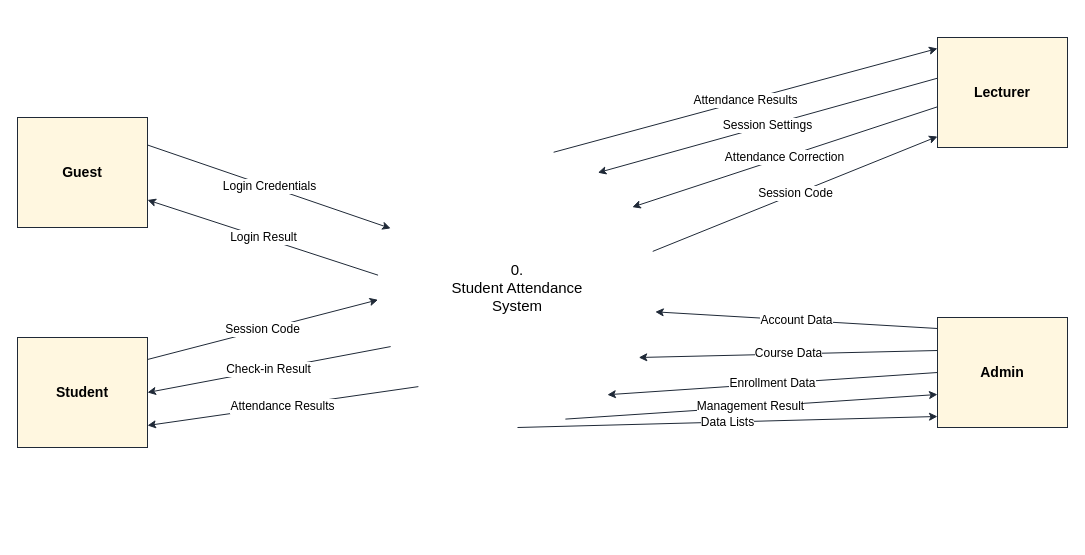
The draw.io diagram DFD.drawio in QnTIie2409/CNPM-GROUP03, before the edit. Source tidied: cells renumbered, new cells numbered last; positions are measured from the earlier drawing's top-left corner, leaving out a move shared by most shapes. Both pictures are drawn from the tidied source at 100%, with x=0, y=0 at pixel (17, 37).
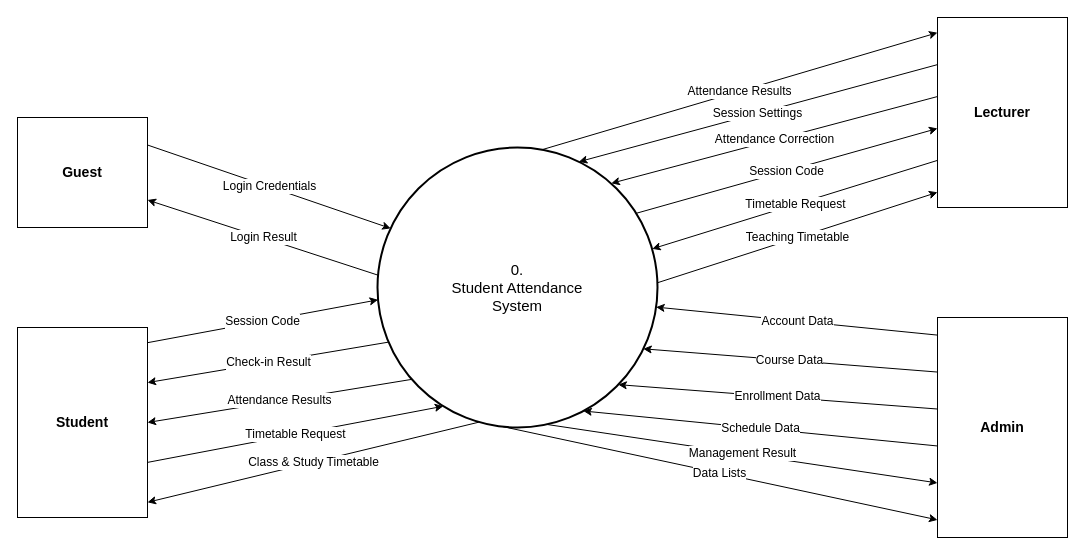
After the change.

The edit, as a diff of the source:
```diff
@@
-    <mxCell id="2" value="0.&lt;br&gt;Student Attendance&lt;br&gt;System" style="ellipse;whiteSpace=wrap;html=1;fillColor=light-dark(#FFFFFF,#1A1A1A);strokeColor=light-dark(#FFFFFF,#FFFFFF);strokeWidth=2;fontSize=15;" parent="1" vertex="1">
+    <mxCell id="2" value="0.&lt;br&gt;Student Attendance&lt;br&gt;System" style="ellipse;whiteSpace=wrap;html=1;strokeWidth=2;fontSize=15;strokeColor=light-dark(#000000,#FFFFFF);" parent="1" vertex="1">
       <mxGeometry x="360" y="110" width="280" height="280" as="geometry" />
     </mxCell>
-    <mxCell id="3" value="Guest" style="rounded=0;whiteSpace=wrap;html=1;fillColor=light-dark(#FFF7E0,#1A1A1A);strokeColor=#1f2937;fontSize=14;fontStyle=1;" parent="1" vertex="1">
+    <mxCell id="3" value="Guest" style="rounded=0;whiteSpace=wrap;html=1;fontSize=14;fontStyle=1;strokeColor=light-dark(#000000,#FFFFFF);" parent="1" vertex="1">
       <mxGeometry y="80" width="130" height="110" as="geometry" />
     </mxCell>
-    <mxCell id="4" value="Student" style="rounded=0;whiteSpace=wrap;html=1;fillColor=light-dark(#FFF7E0,#1A1A1A);strokeColor=#1f2937;fontSize=14;fontStyle=1;" parent="1" vertex="1">
-      <mxGeometry y="300" width="130" height="110" as="geometry" />
+    <mxCell id="4" value="Student" style="rounded=0;whiteSpace=wrap;html=1;fontSize=14;fontStyle=1;strokeColor=light-dark(#000000,#FFFFFF);" parent="1" vertex="1">
+      <mxGeometry y="290" width="130" height="190" as="geometry" />
     </mxCell>
-    <mxCell id="5" value="Lecturer" style="rounded=0;whiteSpace=wrap;html=1;fillColor=light-dark(#FFF7E0,#1A1A1A);strokeColor=#1f2937;fontSize=14;fontStyle=1;" parent="1" vertex="1">
-      <mxGeometry x="920" width="130" height="110" as="geometry" />
+    <mxCell id="5" value="Lecturer" style="rounded=0;whiteSpace=wrap;html=1;fontSize=14;fontStyle=1;strokeColor=light-dark(#000000,#FFFFFF);" parent="1" vertex="1">
+      <mxGeometry x="920" y="-20" width="130" height="190" as="geometry" />
     </mxCell>
-    <mxCell id="6" value="Admin" style="rounded=0;whiteSpace=wrap;html=1;fillColor=light-dark(#FFF7E0,#1A1A1A);strokeColor=#1f2937;fontSize=14;fontStyle=1;" parent="1" vertex="1">
-      <mxGeometry x="920" y="280" width="130" height="110" as="geometry" />
+    <mxCell id="6" value="Admin" style="rounded=0;whiteSpace=wrap;html=1;fontSize=14;fontStyle=1;strokeColor=light-dark(#000000,#FFFFFF);" parent="1" vertex="1">
+      <mxGeometry x="920" y="280" width="130" height="220" as="geometry" />
     </mxCell>
-    <mxCell id="7" value="Login Credentials" style="endArrow=classic;html=1;strokeColor=#1f2937;fontSize=12;labelBackgroundColor=#ffffff;exitX=1;exitY=0.25;exitDx=0;exitPerimeter=0;entryX=0.047;entryY=0.289;entryDx=0;entryDy=0;entryPerimeter=0;" parent="1" edge="1" source="3" target="2">
+    <mxCell id="7" value="Login Credentials" style="endArrow=classic;html=1;fontSize=12;labelBackgroundColor=#ffffff;exitX=1;exitY=0.25;exitDx=0;exitPerimeter=0;entryX=0.047;entryY=0.289;entryDx=0;entryDy=0;entryPerimeter=0;strokeColor=light-dark(#000000,#FFFFFF);" parent="1" edge="1" source="3" target="2">
       <mxGeometry relative="1" as="geometry" />
     </mxCell>
-    <mxCell id="8" value="Login Result" style="endArrow=classic;html=1;strokeColor=#1f2937;fontSize=12;labelBackgroundColor=#ffffff;exitX=0.002;exitY=0.456;exitDx=0;exitDy=0;exitPerimeter=0;entryX=1;entryY=0.75;entryDx=0;entryDy=0;" parent="1" edge="1" source="2" target="3">
+    <mxCell id="8" value="Login Result" style="endArrow=classic;html=1;fontSize=12;labelBackgroundColor=#ffffff;exitX=0.002;exitY=0.456;exitDx=0;exitDy=0;exitPerimeter=0;entryX=1;entryY=0.75;entryDx=0;entryDy=0;strokeColor=light-dark(#000000,#FFFFFF);" parent="1" edge="1" source="2" target="3">
       <mxGeometry relative="1" as="geometry" />
     </mxCell>
-    <mxCell id="9" value="Session Code" style="endArrow=classic;html=1;strokeColor=#1f2937;fontSize=12;labelBackgroundColor=#ffffff;exitX=1;exitY=0.2;exitDx=0;exitPerimeter=0;entryX=0.002;entryY=0.544;entryDx=0;entryDy=0;entryPerimeter=0;" parent="1" edge="1" source="4" target="2">
-      <mxGeometry relative="1" as="geometry" />
-    </mxCell>
+    <mxCell id="21" value="Session Code" style="endArrow=classic;html=1;fontSize=12;labelBackgroundColor=#ffffff;exitX=1;exitY=0.080;exitDx=0;exitDy=0;exitPerimeter=0;entryX=0.002;entryY=0.544;entryDx=0;entryDy=0;entryPerimeter=0;strokeColor=light-dark(#000000,#FFFFFF);" parent="1" edge="1" source="4" target="2">
+      <mxGeometry relative="1" as="geometry" />
+    </mxCell>
-    <mxCell id="10" value="Check-in Result" style="endArrow=classic;html=1;strokeColor=#1f2937;fontSize=12;labelBackgroundColor=#ffffff;exitX=0.047;exitY=0.711;exitDx=0;exitDy=0;exitPerimeter=0;entryX=1;entryY=0.5;entryDx=0;entryDy=0;" parent="1" edge="1" source="2" target="4">
+    <mxCell id="10" value="Check-in Result" style="endArrow=classic;html=1;fontSize=12;labelBackgroundColor=#ffffff;exitX=0.040;exitY=0.695;exitDx=0;exitDy=0;exitPerimeter=0;entryX=1;entryY=0.290;entryDx=0;entryDy=0;entryPerimeter=0;strokeColor=light-dark(#000000,#FFFFFF);" parent="1" edge="1" source="2" target="4">
       <mxGeometry relative="1" as="geometry" />
     </mxCell>
-    <mxCell id="11" value="Attendance Results" style="endArrow=classic;html=1;strokeColor=#1f2937;fontSize=12;labelBackgroundColor=#ffffff;exitX=0.146;exitY=0.854;exitDx=0;exitDy=0;exitPerimeter=0;entryX=1;entryY=0.8;entryDx=0;entryDy=0;" parent="1" edge="1" source="2" target="4">
-      <mxGeometry relative="1" as="geometry" />
-    </mxCell>
-    <mxCell id="12" value="Attendance Results" style="endArrow=classic;html=1;strokeColor=#1f2937;fontSize=12;labelBackgroundColor=#ffffff;exitX=0.629;exitY=0.017;exitDx=0;exitDy=0;exitPerimeter=0;entryX=0;entryY=0.1;entryDx=0;entryDy=0;" parent="1" edge="1" source="2" target="5">
-      <mxGeometry relative="1" as="geometry" />
-    </mxCell>
+    <mxCell id="22" value="Attendance Results" style="endArrow=classic;html=1;fontSize=12;labelBackgroundColor=#ffffff;exitX=0.123;exitY=0.828;exitDx=0;exitDy=0;exitPerimeter=0;entryX=1;entryY=0.500;entryDx=0;entryDy=0;entryPerimeter=0;strokeColor=light-dark(#000000,#FFFFFF);" parent="1" edge="1" source="2" target="4">
+      <mxGeometry relative="1" as="geometry" />
+    </mxCell>
+    <mxCell id="23" value="Timetable Request" style="endArrow=classic;html=1;fontSize=12;labelBackgroundColor=#ffffff;exitX=1;exitY=0.710;exitDx=0;exitDy=0;exitPerimeter=0;entryX=0.235;entryY=0.924;entryDx=0;entryDy=0;entryPerimeter=0;strokeColor=light-dark(#000000,#FFFFFF);" parent="1" edge="1" source="4" target="2">
+      <mxGeometry relative="1" as="geometry" />
+    </mxCell>
+    <mxCell id="24" value="Class &amp; Study Timetable" style="endArrow=classic;html=1;fontSize=12;labelBackgroundColor=#ffffff;exitX=0.362;exitY=0.981;exitDx=0;exitDy=0;exitPerimeter=0;entryX=1;entryY=0.920;entryDx=0;entryDy=0;entryPerimeter=0;strokeColor=light-dark(#000000,#FFFFFF);" parent="1" edge="1" source="2" target="4">
+      <mxGeometry relative="1" as="geometry" />
+    </mxCell>
+    <mxCell id="25" value="Attendance Results" style="endArrow=classic;html=1;fontSize=12;labelBackgroundColor=#ffffff;exitX=0.587;exitY=0.008;exitDx=0;exitDy=0;exitPerimeter=0;entryX=0;entryY=0.080;entryDx=0;entryDy=0;entryPerimeter=0;strokeColor=light-dark(#000000,#FFFFFF);" parent="1" edge="1" source="2" target="5">
+      <mxGeometry relative="1" as="geometry" />
+    </mxCell>
-    <mxCell id="13" value="Session Settings" style="endArrow=classic;html=1;strokeColor=#1f2937;fontSize=12;labelBackgroundColor=#ffffff;exitX=0;exitY=0.37;exitDx=0;exitPerimeter=0;entryX=0.787;entryY=0.090;entryDx=0;entryDy=0;entryPerimeter=0;" parent="1" edge="1" source="5" target="2">
+    <mxCell id="13" value="Session Settings" style="endArrow=classic;html=1;fontSize=12;labelBackgroundColor=#ffffff;exitX=0;exitY=0.248;exitDx=0;exitDy=0;exitPerimeter=0;entryX=0.719;entryY=0.051;entryDx=0;entryDy=0;entryPerimeter=0;strokeColor=light-dark(#000000,#FFFFFF);" parent="1" edge="1" source="5" target="2">
       <mxGeometry relative="1" as="geometry" />
     </mxCell>
-    <mxCell id="14" value="Attendance Correction" style="endArrow=classic;html=1;strokeColor=#1f2937;fontSize=12;labelBackgroundColor=#ffffff;exitX=0;exitY=0.63;exitDx=0;exitPerimeter=0;entryX=0.910;entryY=0.213;entryDx=0;entryDy=0;entryPerimeter=0;" parent="1" edge="1" source="5" target="2">
+    <mxCell id="14" value="Attendance Correction" style="endArrow=classic;html=1;fontSize=12;labelBackgroundColor=#ffffff;exitX=0;exitY=0.416;exitDx=0;exitDy=0;exitPerimeter=0;entryX=0.835;entryY=0.128;entryDx=0;entryDy=0;entryPerimeter=0;strokeColor=light-dark(#000000,#FFFFFF);" parent="1" edge="1" source="5" target="2">
       <mxGeometry relative="1" as="geometry" />
     </mxCell>
-    <mxCell id="15" value="Session Code" style="endArrow=classic;html=1;strokeColor=#1f2937;fontSize=12;labelBackgroundColor=#ffffff;exitX=0.983;exitY=0.371;exitDx=0;exitDy=0;exitPerimeter=0;entryX=0;entryY=0.9;entryDx=0;entryDy=0;" parent="1" edge="1" source="2" target="5">
-      <mxGeometry relative="1" as="geometry" />
-    </mxCell>
+    <mxCell id="26" value="Session Code" style="endArrow=classic;html=1;fontSize=12;labelBackgroundColor=#ffffff;exitX=0.924;exitY=0.235;exitDx=0;exitDy=0;exitPerimeter=0;entryX=0;entryY=0.584;entryDx=0;entryDy=0;entryPerimeter=0;strokeColor=light-dark(#000000,#FFFFFF);" parent="1" edge="1" source="2" target="5">
+      <mxGeometry relative="1" as="geometry" />
+    </mxCell>
+    <mxCell id="27" value="Timetable Request" style="endArrow=classic;html=1;fontSize=12;labelBackgroundColor=#ffffff;exitX=0;exitY=0.752;exitDx=0;exitDy=0;exitPerimeter=0;entryX=0.981;entryY=0.362;entryDx=0;entryDy=0;entryPerimeter=0;strokeColor=light-dark(#000000,#FFFFFF);" parent="1" edge="1" source="5" target="2">
+      <mxGeometry relative="1" as="geometry" />
+    </mxCell>
+    <mxCell id="28" value="Teaching Timetable" style="endArrow=classic;html=1;fontSize=12;labelBackgroundColor=#ffffff;exitX=1.000;exitY=0.483;exitDx=0;exitDy=0;exitPerimeter=0;entryX=0;entryY=0.920;entryDx=0;entryDy=0;entryPerimeter=0;strokeColor=light-dark(#000000,#FFFFFF);" parent="1" edge="1" source="2" target="5">
+      <mxGeometry relative="1" as="geometry" />
+    </mxCell>
-    <mxCell id="16" value="Account Data" style="endArrow=classic;html=1;strokeColor=#1f2937;fontSize=12;labelBackgroundColor=#ffffff;exitX=0;exitY=0.1;exitDx=0;exitPerimeter=0;entryX=0.992;entryY=0.587;entryDx=0;entryDy=0;entryPerimeter=0;" parent="1" edge="1" source="6" target="2">
+    <mxCell id="16" value="Account Data" style="endArrow=classic;html=1;fontSize=12;labelBackgroundColor=#ffffff;exitX=0;exitY=0.080;exitDx=0;exitDy=0;exitPerimeter=0;entryX=0.995;entryY=0.570;entryDx=0;entryDy=0;entryPerimeter=0;strokeColor=light-dark(#000000,#FFFFFF);" parent="1" edge="1" source="6" target="2">
       <mxGeometry relative="1" as="geometry" />
     </mxCell>
-    <mxCell id="17" value="Course Data" style="endArrow=classic;html=1;strokeColor=#1f2937;fontSize=12;labelBackgroundColor=#ffffff;exitX=0;exitY=0.3;exitDx=0;exitPerimeter=0;entryX=0.933;entryY=0.750;entryDx=0;entryDy=0;entryPerimeter=0;" parent="1" edge="1" source="6" target="2">
+    <mxCell id="17" value="Course Data" style="endArrow=classic;html=1;fontSize=12;labelBackgroundColor=#ffffff;exitX=0;exitY=0.248;exitDx=0;exitDy=0;exitPerimeter=0;entryX=0.949;entryY=0.719;entryDx=0;entryDy=0;entryPerimeter=0;strokeColor=light-dark(#000000,#FFFFFF);" parent="1" edge="1" source="6" target="2">
       <mxGeometry relative="1" as="geometry" />
     </mxCell>
-    <mxCell id="18" value="Enrollment Data" style="endArrow=classic;html=1;strokeColor=#1f2937;fontSize=12;labelBackgroundColor=#ffffff;exitX=0;exitY=0.5;exitDx=0;exitPerimeter=0;entryX=0.821;entryY=0.883;entryDx=0;entryDy=0;entryPerimeter=0;" parent="1" edge="1" source="6" target="2">
+    <mxCell id="18" value="Enrollment Data" style="endArrow=classic;html=1;fontSize=12;labelBackgroundColor=#ffffff;exitX=0;exitY=0.416;exitDx=0;exitDy=0;exitPerimeter=0;entryX=0.860;entryY=0.847;entryDx=0;entryDy=0;entryPerimeter=0;strokeColor=light-dark(#000000,#FFFFFF);" parent="1" edge="1" source="6" target="2">
       <mxGeometry relative="1" as="geometry" />
     </mxCell>
+    <mxCell id="29" value="Schedule Data" style="endArrow=classic;html=1;fontSize=12;labelBackgroundColor=#ffffff;exitX=0;exitY=0.584;exitDx=0;exitDy=0;exitPerimeter=0;entryX=0.735;entryY=0.941;entryDx=0;entryDy=0;entryPerimeter=0;strokeColor=light-dark(#000000,#FFFFFF);" parent="1" edge="1" source="6" target="2">
+      <mxGeometry relative="1" as="geometry" />
+    </mxCell>
-    <mxCell id="19" value="Management Result" style="endArrow=classic;html=1;strokeColor=#1f2937;fontSize=12;labelBackgroundColor=#ffffff;exitX=0.671;exitY=0.970;exitDx=0;exitDy=0;exitPerimeter=0;entryX=0;entryY=0.7;entryDx=0;entryDy=0;" parent="1" edge="1" source="2" target="6">
+    <mxCell id="19" value="Management Result" style="endArrow=classic;html=1;fontSize=12;labelBackgroundColor=#ffffff;exitX=0.604;exitY=0.989;exitDx=0;exitDy=0;exitPerimeter=0;entryX=0;entryY=0.752;entryDx=0;entryDy=0;entryPerimeter=0;strokeColor=light-dark(#000000,#FFFFFF);" parent="1" edge="1" source="2" target="6">
       <mxGeometry relative="1" as="geometry" />
     </mxCell>
-    <mxCell id="20" value="Data Lists" style="endArrow=classic;html=1;strokeColor=#1f2937;fontSize=12;labelBackgroundColor=#ffffff;exitX=0.500;exitY=1.000;exitDx=0;exitDy=0;exitPerimeter=0;entryX=0;entryY=0.9;entryDx=0;entryDy=0;" parent="1" edge="1" source="2" target="6">
+    <mxCell id="20" value="Data Lists" style="endArrow=classic;html=1;fontSize=12;labelBackgroundColor=#ffffff;exitX=0.448;exitY=0.997;exitDx=0;exitDy=0;exitPerimeter=0;entryX=0;entryY=0.920;entryDx=0;entryDy=0;entryPerimeter=0;strokeColor=light-dark(#000000,#FFFFFF);" parent="1" edge="1" source="2" target="6">
       <mxGeometry relative="1" as="geometry" />
     </mxCell>
```
